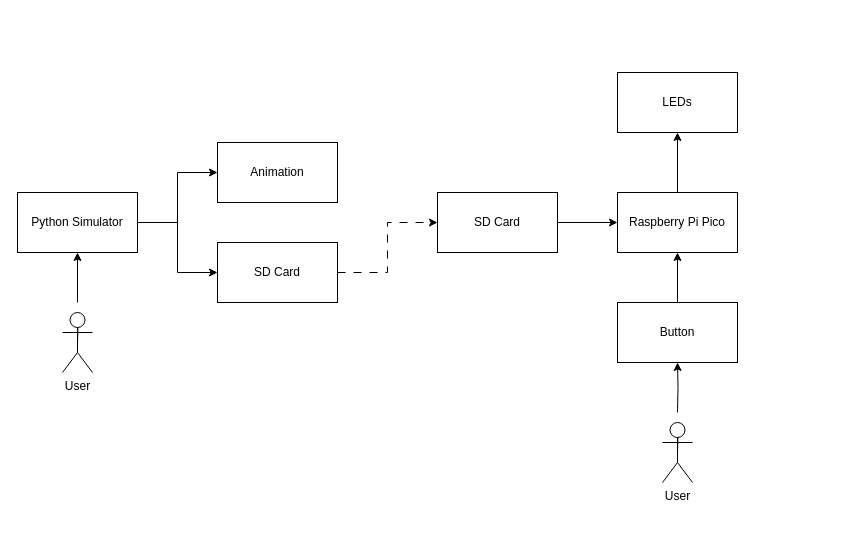
Before: documentation/rough_architecture.drawio in Schmoeppel/kirakirakasa, a draw.io diagram. Source tidied: cells renumbered, new cells numbered last; positions are measured from the earlier drawing's top-left corner, leaving out a move shared by most shapes. Both pictures are drawn from the tidied source at 100%, with x=0, y=0 at pixel (17, 72).
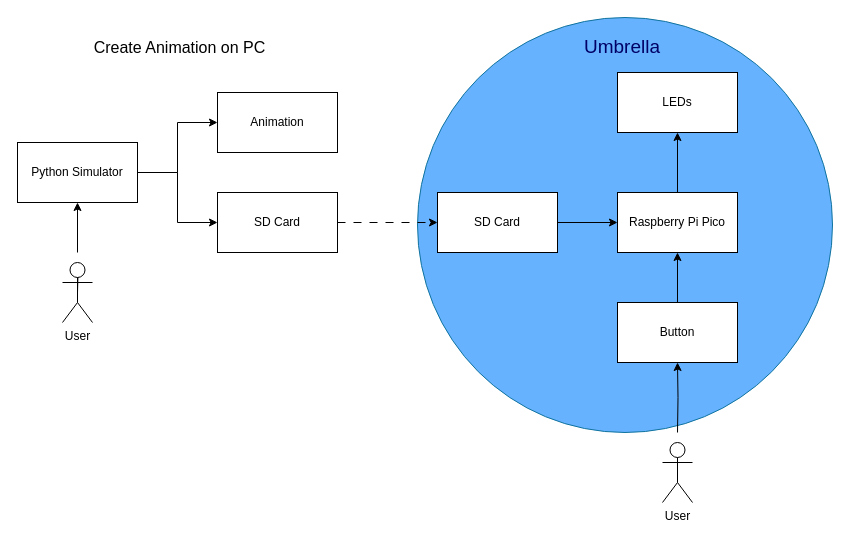
The same page after the edit.

Commit message:
update architecture docu

Unchanged cells that the change refers to:
```xml
<mxCell id="11" value="Button" style="rounded=0;whiteSpace=wrap;html=1;" parent="1" vertex="1">
  <mxGeometry x="600" y="230" width="120" height="60" as="geometry" />
</mxCell>
```

Change to the diagram source:
```diff
@@
+    <mxCell id="21" style="ellipse;whiteSpace=wrap;html=1;fillColor=#66B2FF;strokeColor=#10739e;" parent="1" vertex="1">
+      <mxGeometry x="400" y="-55" width="415" height="415" as="geometry" />
+    </mxCell>
     <mxCell id="2" style="edgeStyle=orthogonalEdgeStyle;rounded=0;jettySize=auto;html=1;" parent="1" edge="1" source="4" target="14">
       <mxGeometry relative="1" as="geometry">
         <Array as="points">
+          <mxPoint x="160" y="100" />
           <mxPoint x="160" y="150" />
-          <mxPoint x="160" y="200" />
         </Array>
       </mxGeometry>
     </mxCell>
@@
     <mxCell id="4" value="Python Simulator" style="rounded=0;whiteSpace=wrap;html=1;" parent="1" vertex="1">
-      <mxGeometry y="120" width="120" height="60" as="geometry" />
+      <mxGeometry y="70" width="120" height="60" as="geometry" />
     </mxCell>
@@
     <mxCell id="12" style="edgeStyle=orthogonalEdgeStyle;rounded=0;jettySize=auto;html=1;" parent="1" edge="1" target="11">
       <mxGeometry relative="1" as="geometry">
-        <mxPoint x="660" y="340" as="sourcePoint" />
+        <mxPoint x="660" y="360" as="sourcePoint" />
       </mxGeometry>
     </mxCell>
@@
     <mxCell id="14" value="SD Card" style="rounded=0;whiteSpace=wrap;html=1;" parent="1" vertex="1">
-      <mxGeometry x="200" y="170" width="120" height="60" as="geometry" />
+      <mxGeometry x="200" y="120" width="120" height="60" as="geometry" />
     </mxCell>
-    <mxCell id="15" style="edgeStyle=orthogonalEdgeStyle;rounded=0;jettySize=auto;html=1;" parent="1" edge="1" target="16">
-      <mxGeometry relative="1" as="geometry">
-        <mxPoint x="660" y="380" as="sourcePoint" />
-      </mxGeometry>
-    </mxCell>
     <mxCell id="16" value="User" style="shape=umlActor;verticalLabelPosition=bottom;verticalAlign=top;html=1;outlineConnect=0;" parent="1" vertex="1">
-      <mxGeometry x="645" y="350" width="30" height="60" as="geometry" />
+      <mxGeometry x="645" y="370" width="30" height="60" as="geometry" />
     </mxCell>
     <mxCell id="17" style="edgeStyle=orthogonalEdgeStyle;rounded=0;orthogonalLoop=1;jettySize=auto;html=1;" parent="1" edge="1">
       <mxGeometry relative="1" as="geometry">
-        <mxPoint x="60" y="230" as="sourcePoint" />
-        <mxPoint x="60" y="180" as="targetPoint" />
+        <mxPoint x="60" y="180" as="sourcePoint" />
+        <mxPoint x="60" y="130" as="targetPoint" />
       </mxGeometry>
     </mxCell>
     <mxCell id="18" style="edgeStyle=orthogonalEdgeStyle;rounded=0;jettySize=auto;html=1;" parent="1" edge="1" target="19">
       <mxGeometry relative="1" as="geometry">
-        <mxPoint x="60" y="270" as="sourcePoint" />
+        <mxPoint x="60" y="220" as="sourcePoint" />
       </mxGeometry>
     </mxCell>
     <mxCell id="19" value="User" style="shape=umlActor;verticalLabelPosition=bottom;verticalAlign=top;html=1;outlineConnect=0;" parent="1" vertex="1">
-      <mxGeometry x="45" y="240" width="30" height="60" as="geometry" />
+      <mxGeometry x="45" y="190" width="30" height="60" as="geometry" />
     </mxCell>
     <mxCell id="20" value="Animation" style="whiteSpace=wrap;html=1;rounded=0;" parent="1" vertex="1">
-      <mxGeometry x="200" y="70" width="120" height="60" as="geometry" />
+      <mxGeometry x="200" y="20" width="120" height="60" as="geometry" />
     </mxCell>
+    <mxCell id="22" value="&lt;font style=&quot;font-size: 19px;&quot; color=&quot;#000066&quot;&gt;Umbrella&lt;/font&gt;" style="text;html=1;strokeColor=none;fillColor=none;align=center;verticalAlign=middle;whiteSpace=wrap;rounded=0;" parent="1" vertex="1">
+      <mxGeometry x="575" y="-40" width="60" height="30" as="geometry" />
+    </mxCell>
+    <mxCell id="23" value="&lt;font style=&quot;font-size: 16px;&quot;&gt;Create Animation on PC&lt;/font&gt;" style="text;html=1;strokeColor=none;fillColor=none;align=center;verticalAlign=middle;whiteSpace=wrap;rounded=0;" parent="1" vertex="1">
+      <mxGeometry x="75" y="-40" width="175" height="30" as="geometry" />
+    </mxCell>
```
